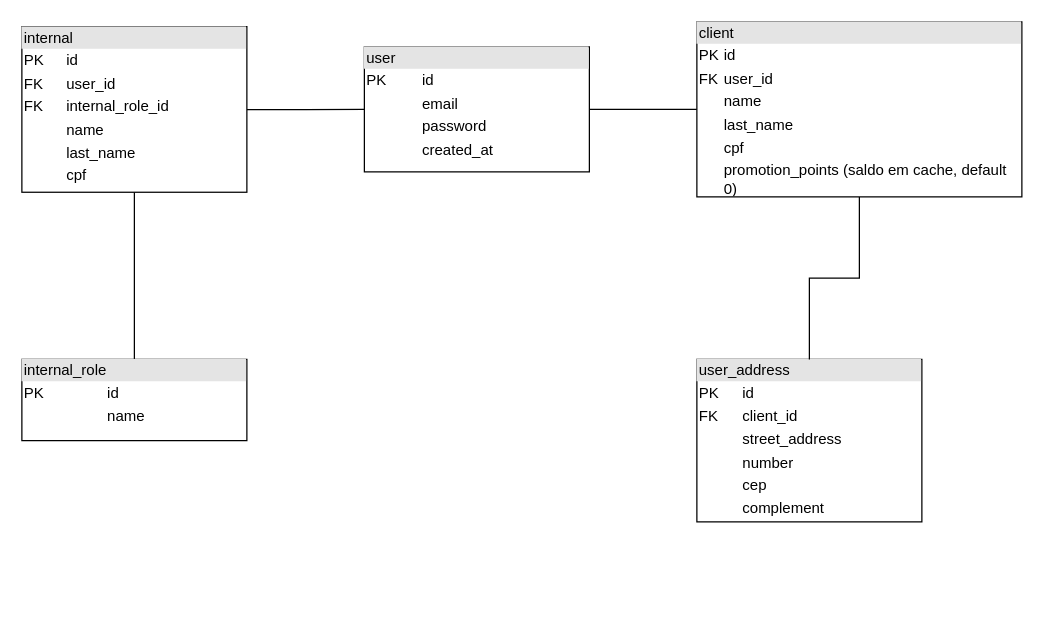
Above: page "User" (3 of 6) of docs/data-modeling/data_modeling.drawio in doda-s/nippon-ten (draw.io), before the change. Source tidied: cells renumbered, new cells numbered last; positions are measured from the earlier drawing's top-left corner, leaving out a move shared by most shapes. Both pictures are drawn from the tidied source at 125%, with x=0, y=0 at pixel (21, 21).
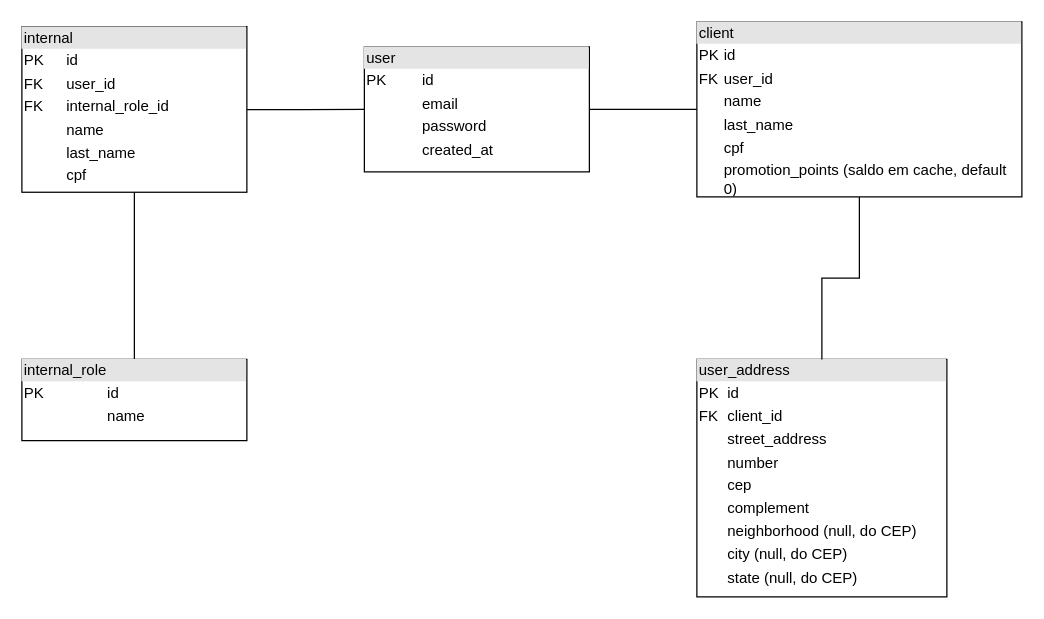
The same page after the edit.

The edit, as a diff of the source:
```diff
@@
 <mxGraphModel>
   <root>
     <mxCell id="0" />
     <mxCell id="1" parent="0" />
     <mxCell id="2" value="&lt;div style=&quot;box-sizing: border-box; width: 100%; background: rgb(228, 228, 228); padding: 2px;&quot;&gt;user&lt;/div&gt;&lt;table style=&quot;width:100%;font-size:1em;&quot; cellpadding=&quot;2&quot; cellspacing=&quot;0&quot;&gt;&lt;tbody&gt;&lt;tr&gt;&lt;td&gt;PK&lt;/td&gt;&lt;td&gt;id&lt;/td&gt;&lt;/tr&gt;&lt;tr&gt;&lt;td&gt;&lt;br&gt;&lt;/td&gt;&lt;td&gt;email&lt;/td&gt;&lt;/tr&gt;&lt;tr&gt;&lt;td&gt;&lt;br&gt;&lt;/td&gt;&lt;td&gt;password&lt;br&gt;&lt;/td&gt;&lt;/tr&gt;&lt;tr&gt;&lt;td&gt;&lt;br&gt;&lt;/td&gt;&lt;td&gt;created_at&lt;/td&gt;&lt;/tr&gt;&lt;/tbody&gt;&lt;/table&gt;" style="verticalAlign=top;align=left;overflow=fill;html=1;whiteSpace=wrap;" parent="1" vertex="1">
       <mxGeometry x="274" y="20" width="180" height="100" as="geometry" />
     </mxCell>
-    <mxCell id="3" value="&lt;div style=&quot;box-sizing: border-box; width: 100%; background: rgb(228, 228, 228); padding: 2px;&quot;&gt;user_address&lt;/div&gt;&lt;table style=&quot;width:100%;font-size:1em;&quot; cellpadding=&quot;2&quot; cellspacing=&quot;0&quot;&gt;&lt;tbody&gt;&lt;tr&gt;&lt;td&gt;PK&lt;/td&gt;&lt;td&gt;id&lt;/td&gt;&lt;/tr&gt;&lt;tr&gt;&lt;td&gt;FK&lt;/td&gt;&lt;td&gt;client_id&lt;/td&gt;&lt;/tr&gt;&lt;tr&gt;&lt;td&gt;&lt;/td&gt;&lt;td&gt;street_address&lt;/td&gt;&lt;/tr&gt;&lt;tr&gt;&lt;td&gt;&lt;br&gt;&lt;/td&gt;&lt;td&gt;number&lt;/td&gt;&lt;/tr&gt;&lt;tr&gt;&lt;td&gt;&lt;br&gt;&lt;/td&gt;&lt;td&gt;cep&lt;/td&gt;&lt;/tr&gt;&lt;tr&gt;&lt;td&gt;&lt;br&gt;&lt;/td&gt;&lt;td&gt;complement&lt;/td&gt;&lt;/tr&gt;&lt;/tbody&gt;&lt;/table&gt;" style="verticalAlign=top;align=left;overflow=fill;html=1;whiteSpace=wrap;" parent="1" vertex="1">
-      <mxGeometry x="540" y="270" width="180" height="130" as="geometry" />
+    <mxCell id="3" value="&lt;div style=&quot;box-sizing: border-box; width: 100%; background: rgb(228, 228, 228); padding: 2px;&quot;&gt;user_address&lt;/div&gt;&lt;table style=&quot;width:100%;font-size:1em;&quot; cellpadding=&quot;2&quot; cellspacing=&quot;0&quot;&gt;&lt;tbody&gt;&lt;tr&gt;&lt;td&gt;PK&lt;/td&gt;&lt;td&gt;id&lt;/td&gt;&lt;/tr&gt;&lt;tr&gt;&lt;td&gt;FK&lt;/td&gt;&lt;td&gt;client_id&lt;/td&gt;&lt;/tr&gt;&lt;tr&gt;&lt;td&gt;&lt;/td&gt;&lt;td&gt;street_address&lt;/td&gt;&lt;/tr&gt;&lt;tr&gt;&lt;td&gt;&lt;br&gt;&lt;/td&gt;&lt;td&gt;number&lt;/td&gt;&lt;/tr&gt;&lt;tr&gt;&lt;td&gt;&lt;br&gt;&lt;/td&gt;&lt;td&gt;cep&lt;/td&gt;&lt;/tr&gt;&lt;tr&gt;&lt;td&gt;&lt;br&gt;&lt;/td&gt;&lt;td&gt;complement&lt;/td&gt;&lt;/tr&gt;&lt;tr&gt;&lt;td&gt;&lt;/td&gt;&lt;td&gt;neighborhood (null, do CEP)&lt;/td&gt;&lt;/tr&gt;&lt;tr&gt;&lt;td&gt;&lt;/td&gt;&lt;td&gt;city (null, do CEP)&lt;/td&gt;&lt;/tr&gt;&lt;tr&gt;&lt;td&gt;&lt;/td&gt;&lt;td&gt;state (null, do CEP)&lt;/td&gt;&lt;/tr&gt;&lt;/tbody&gt;&lt;/table&gt;" style="verticalAlign=top;align=left;overflow=fill;html=1;whiteSpace=wrap;" parent="1" vertex="1">
+      <mxGeometry x="540" y="270" width="200" height="190" as="geometry" />
     </mxCell>
     <mxCell id="4" style="edgeStyle=orthogonalEdgeStyle;rounded=0;jettySize=auto;html=1;entryX=0;entryY=0.5;entryDx=0;entryDy=0;endArrow=none;endFill=0;" parent="1" edge="1" source="6" target="2">
       <mxGeometry relative="1" as="geometry" />
     </mxCell>
     <mxCell id="5" style="edgeStyle=orthogonalEdgeStyle;rounded=0;jettySize=auto;html=1;entryX=0.5;entryY=0;entryDx=0;entryDy=0;endArrow=none;endFill=0;" parent="1" edge="1" source="6" target="7">
       <mxGeometry relative="1" as="geometry" />
     </mxCell>
     <mxCell id="6" value="&lt;div style=&quot;box-sizing: border-box; width: 100%; background: rgb(228, 228, 228); padding: 2px;&quot;&gt;internal&lt;/div&gt;&lt;table style=&quot;width:100%;font-size:1em;&quot; cellpadding=&quot;2&quot; cellspacing=&quot;0&quot;&gt;&lt;tbody&gt;&lt;tr&gt;&lt;td&gt;PK&lt;/td&gt;&lt;td&gt;id&lt;/td&gt;&lt;/tr&gt;&lt;tr&gt;&lt;td&gt;FK&lt;/td&gt;&lt;td&gt;user_id&lt;/td&gt;&lt;/tr&gt;&lt;tr&gt;&lt;td&gt;FK&lt;/td&gt;&lt;td&gt;internal_role_id&lt;/td&gt;&lt;/tr&gt;&lt;tr&gt;&lt;td&gt;&lt;br&gt;&lt;/td&gt;&lt;td&gt;name&lt;/td&gt;&lt;/tr&gt;&lt;tr&gt;&lt;td&gt;&lt;br&gt;&lt;/td&gt;&lt;td&gt;last_name&lt;/td&gt;&lt;/tr&gt;&lt;tr&gt;&lt;td&gt;&lt;br&gt;&lt;/td&gt;&lt;td&gt;cpf&lt;/td&gt;&lt;/tr&gt;&lt;/tbody&gt;&lt;/table&gt;" style="verticalAlign=top;align=left;overflow=fill;html=1;whiteSpace=wrap;" parent="1" vertex="1">
       <mxGeometry y="3.8" width="180" height="132.5" as="geometry" />
     </mxCell>
     <mxCell id="7" value="&lt;div style=&quot;box-sizing: border-box; width: 100%; background: rgb(228, 228, 228); padding: 2px;&quot;&gt;internal_role&lt;/div&gt;&lt;table style=&quot;width:100%;font-size:1em;&quot; cellpadding=&quot;2&quot; cellspacing=&quot;0&quot;&gt;&lt;tbody&gt;&lt;tr&gt;&lt;td&gt;PK&lt;/td&gt;&lt;td&gt;id&lt;/td&gt;&lt;/tr&gt;&lt;tr&gt;&lt;td&gt;&lt;br&gt;&lt;/td&gt;&lt;td&gt;name&lt;/td&gt;&lt;/tr&gt;&lt;/tbody&gt;&lt;/table&gt;" style="verticalAlign=top;align=left;overflow=fill;html=1;whiteSpace=wrap;" parent="1" vertex="1">
       <mxGeometry y="270" width="180" height="65" as="geometry" />
     </mxCell>
     <mxCell id="8" style="edgeStyle=orthogonalEdgeStyle;rounded=0;jettySize=auto;html=1;entryX=0.5;entryY=0;entryDx=0;entryDy=0;endArrow=none;endFill=0;" parent="1" edge="1" source="10" target="3">
       <mxGeometry relative="1" as="geometry" />
     </mxCell>
     <mxCell id="9" style="edgeStyle=orthogonalEdgeStyle;rounded=0;jettySize=auto;html=1;entryX=1;entryY=0.5;entryDx=0;entryDy=0;endArrow=none;endFill=0;" parent="1" edge="1" source="10" target="2">
       <mxGeometry relative="1" as="geometry" />
     </mxCell>
     <mxCell id="10" value="&lt;div style=&quot;box-sizing: border-box; width: 100%; background: rgb(228, 228, 228); padding: 2px;&quot;&gt;client&lt;/div&gt;&lt;table style=&quot;width:100%;font-size:1em;&quot; cellpadding=&quot;2&quot; cellspacing=&quot;0&quot;&gt;&lt;tbody&gt;&lt;tr&gt;&lt;td&gt;PK&lt;/td&gt;&lt;td&gt;id&lt;/td&gt;&lt;/tr&gt;&lt;tr&gt;&lt;td&gt;FK&lt;/td&gt;&lt;td&gt;user_id&lt;/td&gt;&lt;/tr&gt;&lt;tr&gt;&lt;td&gt;&lt;br&gt;&lt;/td&gt;&lt;td&gt;name&lt;/td&gt;&lt;/tr&gt;&lt;tr&gt;&lt;td&gt;&lt;br&gt;&lt;/td&gt;&lt;td&gt;last_name&lt;/td&gt;&lt;/tr&gt;&lt;tr&gt;&lt;td&gt;&lt;br&gt;&lt;/td&gt;&lt;td&gt;cpf&lt;/td&gt;&lt;/tr&gt;&lt;tr&gt;&lt;td&gt;&lt;br&gt;&lt;/td&gt;&lt;td&gt;promotion_points (saldo em cache, default 0)&lt;/td&gt;&lt;/tr&gt;&lt;/tbody&gt;&lt;/table&gt;" style="verticalAlign=top;align=left;overflow=fill;html=1;whiteSpace=wrap;" parent="1" vertex="1">
       <mxGeometry x="540" width="260" height="140" as="geometry" />
     </mxCell>
   </root>
 </mxGraphModel>
```
